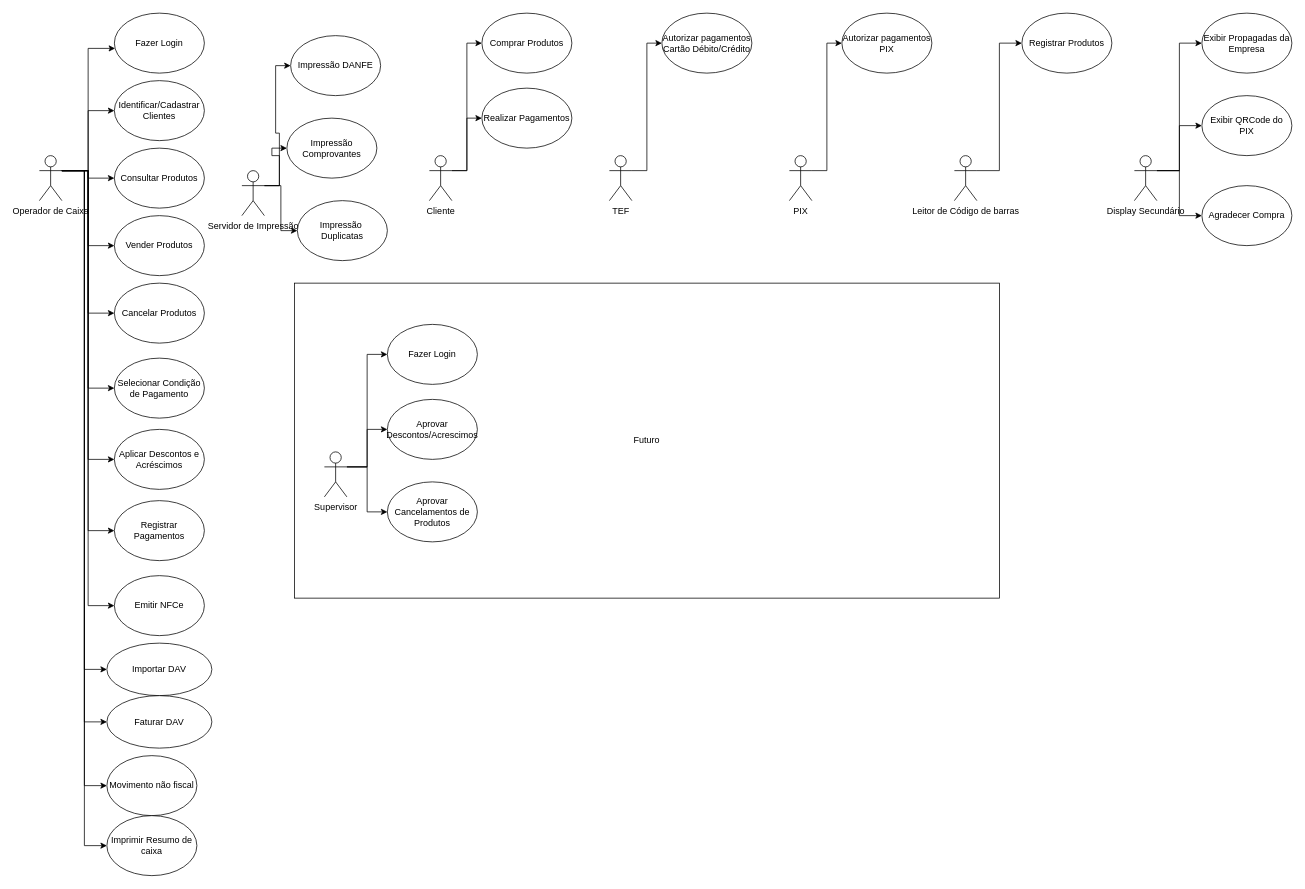
This is Dados da API do ERP e lógica do ERP/Casos de Uso.drawio from PhyBruno/CentriumCheckout, a draw.io file, before an edit. Source tidied: cells renumbered, new cells numbered last; positions are measured from the earlier drawing's top-left corner, leaving out a move shared by most shapes. Both pictures are drawn from the tidied source at 75%, with x=0, y=0 at pixel (39, 13).
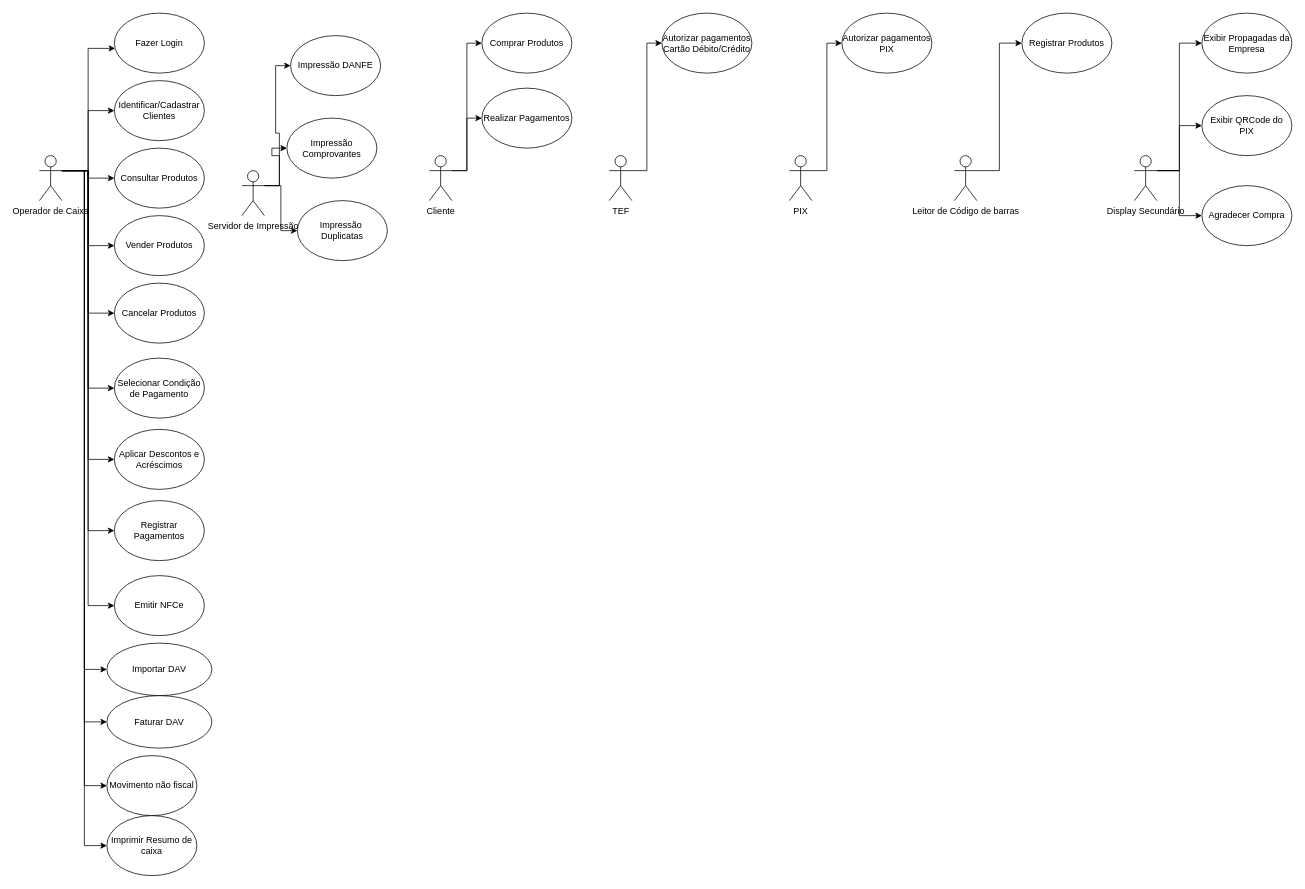
The same diagram, later.

Diff of the diagram source:
```diff
@@
-    <mxCell id="23" style="edgeStyle=orthogonalEdgeStyle;rounded=0;jettySize=auto;html=1;exitX=1;exitY=0.3333333333333333;exitDx=0;exitDy=0;exitPerimeter=0;entryX=0;entryY=0.5;entryDx=0;entryDy=0;" parent="1" edge="1" source="26" target="27">
-      <mxGeometry relative="1" as="geometry" />
-    </mxCell>
-    <mxCell id="24" style="edgeStyle=orthogonalEdgeStyle;rounded=0;jettySize=auto;html=1;exitX=1;exitY=0.3333333333333333;exitDx=0;exitDy=0;exitPerimeter=0;entryX=0;entryY=0.5;entryDx=0;entryDy=0;" parent="1" edge="1" source="26" target="28">
-      <mxGeometry relative="1" as="geometry" />
-    </mxCell>
-    <mxCell id="25" style="edgeStyle=orthogonalEdgeStyle;rounded=0;jettySize=auto;html=1;exitX=1;exitY=0.3333333333333333;exitDx=0;exitDy=0;exitPerimeter=0;entryX=0;entryY=0.5;entryDx=0;entryDy=0;" parent="1" edge="1" source="26" target="29">
-      <mxGeometry relative="1" as="geometry" />
-    </mxCell>
-    <mxCell id="26" value="Supervisor" style="shape=umlActor;verticalLabelPosition=bottom;verticalAlign=top;html=1;outlineConnect=0;" parent="1" vertex="1">
-      <mxGeometry x="380" y="585" width="30" height="60" as="geometry" />
-    </mxCell>
-    <mxCell id="27" value="Fazer Login" style="ellipse;whiteSpace=wrap;html=1;" parent="1" vertex="1">
-      <mxGeometry x="464" y="415" width="120" height="80" as="geometry" />
-    </mxCell>
-    <mxCell id="28" value="Aprovar Descontos/Acrescimos" style="ellipse;whiteSpace=wrap;html=1;" parent="1" vertex="1">
-      <mxGeometry x="464" y="515" width="120" height="80" as="geometry" />
-    </mxCell>
-    <mxCell id="29" value="Aprovar Cancelamentos de Produtos" style="ellipse;whiteSpace=wrap;html=1;" parent="1" vertex="1">
-      <mxGeometry x="464" y="625" width="120" height="80" as="geometry" />
-    </mxCell>
@@
-    <mxCell id="53" value="Futuro" style="html=1;whiteSpace=wrap;fillColor=none;" parent="1" vertex="1">
-      <mxGeometry x="340" y="360" width="940" height="420" as="geometry" />
-    </mxCell>
```
